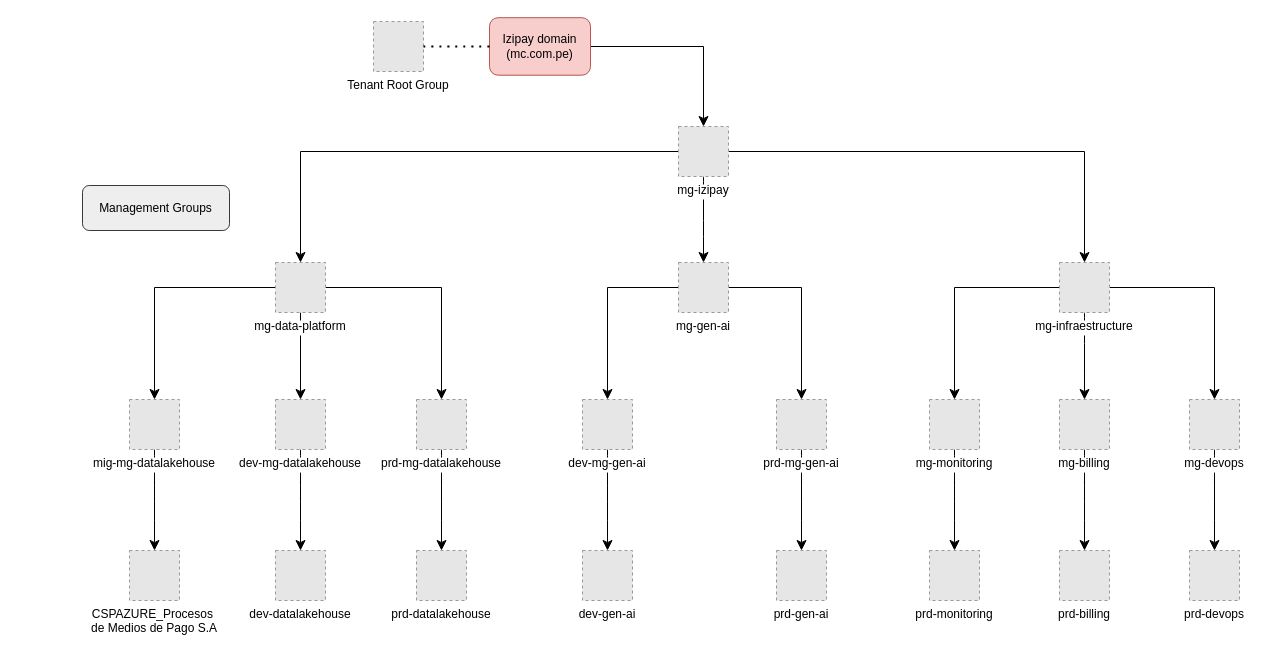
Before: page "Azure Data" (1 of 5) of Arquitectura Azure.drawio in jcdiazz/Diagramas, a draw.io diagram. Source tidied: cells renumbered, new cells numbered last; positions are measured from the earlier drawing's top-left corner, leaving out a move shared by most shapes. Both pictures are drawn from the tidied source at 100%, with x=0, y=0 at pixel (82, 17). Pictures stored in the file or linked from it are replaced by grey dashed boxes.
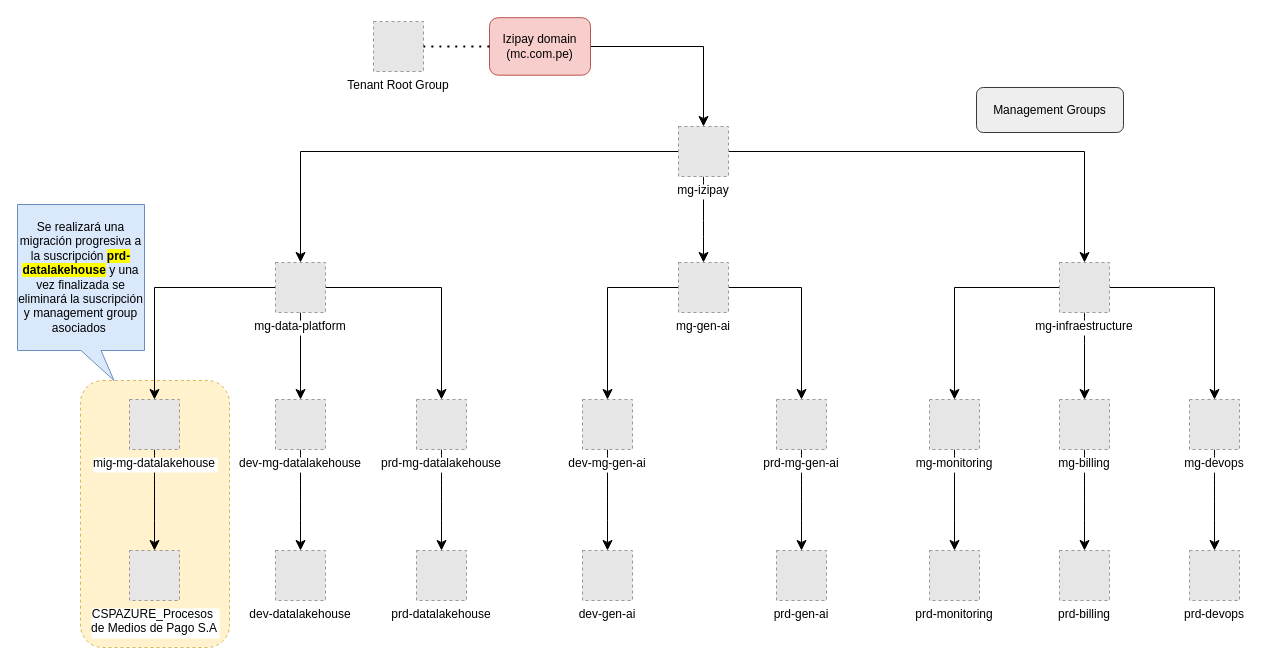
The same page after the edit.

What changed in the source:
```diff
@@
+    <mxCell id="46" style="rounded=1;whiteSpace=wrap;html=1;dashed=1;fillColor=#fff2cc;strokeColor=#d6b656;" parent="1" vertex="1">
+      <mxGeometry x="-2" y="363" width="149" height="267" as="geometry" />
+    </mxCell>
@@
     <mxCell id="42" value="Management Groups" style="rounded=1;whiteSpace=wrap;html=1;fillColor=#eeeeee;strokeColor=#36393d;" parent="1" vertex="1">
-      <mxGeometry y="168" width="147" height="45" as="geometry" />
+      <mxGeometry x="894" y="70" width="147" height="45" as="geometry" />
     </mxCell>
@@
+    <mxCell id="47" value="Se realizará una migración progresiva a la suscripción &lt;b style=&quot;background-color: rgb(255, 255, 0);&quot;&gt;prd-datalakehouse&lt;/b&gt; y una vez finalizada se eliminará la suscripción y management group asociados&amp;nbsp;" style="shape=callout;whiteSpace=wrap;html=1;perimeter=calloutPerimeter;position2=0.76;fillColor=#dae8fc;strokeColor=#6c8ebf;" parent="1" vertex="1">
+      <mxGeometry x="-65" y="187" width="127" height="176" as="geometry" />
+    </mxCell>
```
